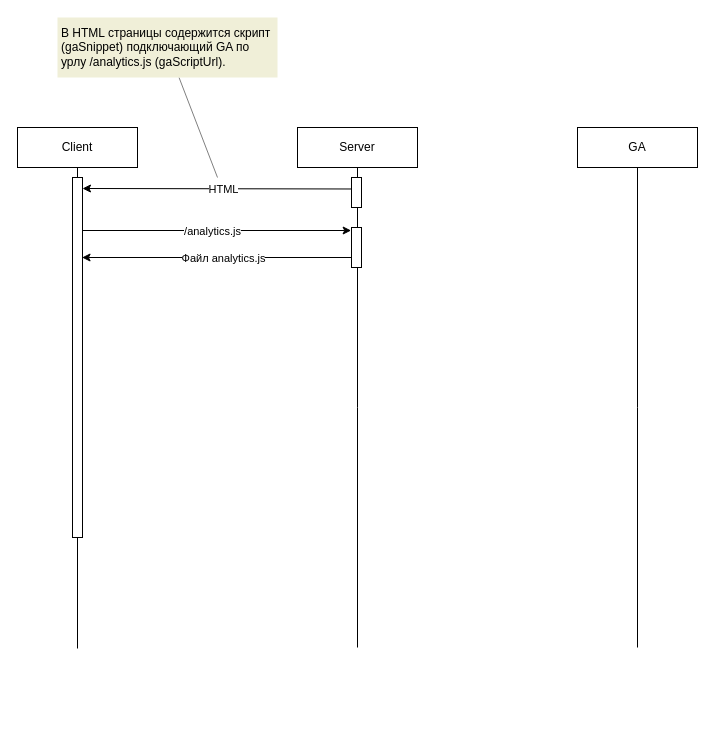
The draw.io diagram ga.drawio in ajile/draw-io, before the edit. Source tidied: cells renumbered, new cells numbered last; positions are measured from the earlier drawing's top-left corner, leaving out a move shared by most shapes. Both pictures are drawn from the tidied source at 100%, with x=0, y=0 at pixel (17, 17).
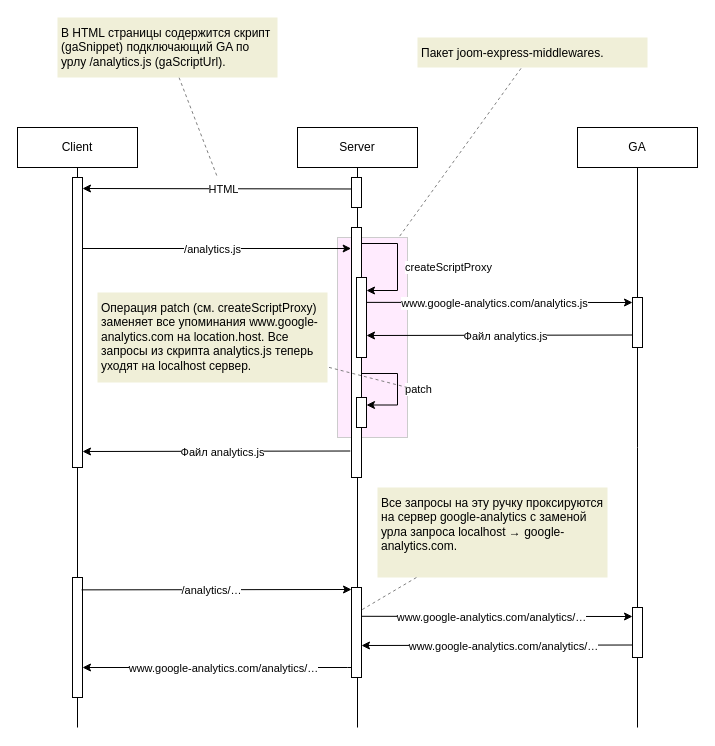
The same diagram, later.

Unchanged cells that the change refers to:
```xml
<mxCell id="3" value="Client" style="rounded=0;whiteSpace=wrap;html=1;" parent="1" vertex="1">
  <mxGeometry y="110" width="120" height="40" as="geometry" />
</mxCell>
<mxCell id="5" value="Server" style="rounded=0;whiteSpace=wrap;html=1;" parent="1" vertex="1">
  <mxGeometry x="280" y="110" width="120" height="40" as="geometry" />
</mxCell>
<mxCell id="7" value="GA" style="rounded=0;whiteSpace=wrap;html=1;" parent="1" vertex="1">
  <mxGeometry x="560" y="110" width="120" height="40" as="geometry" />
</mxCell>
<mxCell id="14" value="В HTML страницы содержится скрипт&amp;nbsp; (gaSnippet&lt;span style=&quot;background-color: initial;&quot;&gt;) подключающий GA по урлу&amp;nbsp;&lt;/span&gt;/analytics.js (gaScriptUrl&lt;span style=&quot;background-color: initial;&quot;&gt;).&lt;/span&gt;" style="text;html=1;strokeColor=none;fillColor=#F0EFD8;align=left;verticalAlign=top;whiteSpace=wrap;rounded=0;spacing=4;" parent="8" vertex="1">
  <mxGeometry x="40" width="220" height="60" as="geometry" />
</mxCell>
```

Change to the diagram source:
```diff
@@
     <mxCell id="2" style="edgeStyle=orthogonalEdgeStyle;rounded=0;jettySize=auto;html=1;endArrow=none;endFill=0;" parent="1" edge="1" source="3">
       <mxGeometry relative="1" as="geometry">
-        <mxPoint x="60" y="631" as="targetPoint" />
+        <mxPoint x="60" y="710" as="targetPoint" />
       </mxGeometry>
     </mxCell>
@@
     <mxCell id="4" style="edgeStyle=orthogonalEdgeStyle;rounded=0;jettySize=auto;html=1;endArrow=none;endFill=0;" parent="1" edge="1" source="5">
       <mxGeometry relative="1" as="geometry">
-        <mxPoint x="340" y="630" as="targetPoint" />
+        <mxPoint x="340" y="710" as="targetPoint" />
       </mxGeometry>
     </mxCell>
@@
     <mxCell id="6" style="edgeStyle=orthogonalEdgeStyle;rounded=0;jettySize=auto;html=1;endArrow=none;endFill=0;" parent="1" edge="1" source="7">
       <mxGeometry relative="1" as="geometry">
-        <mxPoint x="620" y="630" as="targetPoint" />
+        <mxPoint x="620" y="710" as="targetPoint" />
       </mxGeometry>
     </mxCell>
@@
+    <mxCell id="20" style="rounded=0;whiteSpace=wrap;html=1;fillColor=#FFEBFE;strokeColor=#CCCCCC;" parent="8" vertex="1">
+      <mxGeometry x="320" y="220" width="70" height="200" as="geometry" />
+    </mxCell>
     <mxCell id="9" style="rounded=0;whiteSpace=wrap;html=1;" parent="8" vertex="1">
-      <mxGeometry x="55" y="160" width="10" height="360" as="geometry" />
+      <mxGeometry x="55" y="160" width="10" height="290" as="geometry" />
     </mxCell>
@@
-    <mxCell id="13" style="rounded=0;jettySize=auto;elbow=vertical;html=1;endArrow=none;endFill=0;strokeColor=#808080;" parent="8" edge="1" source="14">
+    <mxCell id="13" style="rounded=0;jettySize=auto;elbow=vertical;html=1;endArrow=none;endFill=0;strokeColor=#808080;dashed=1;" parent="8" edge="1" source="14">
       <mxGeometry relative="1" as="geometry">
         <mxPoint x="200" y="160" as="targetPoint" />
       </mxGeometry>
     </mxCell>
@@
     <mxCell id="15" style="rounded=0;whiteSpace=wrap;html=1;" parent="8" vertex="1">
-      <mxGeometry x="334" y="210" width="10" height="40" as="geometry" />
+      <mxGeometry x="334" y="210" width="10" height="250" as="geometry" />
     </mxCell>
@@
-    <mxCell id="18" style="rounded=0;jettySize=auto;html=1;endArrow=classic;endFill=1;edgeStyle=elbowEdgeStyle;entryX=0.953;entryY=0.222;entryDx=0;entryDy=0;entryPerimeter=0;elbow=vertical;" parent="8" edge="1" source="15" target="9">
+    <mxCell id="18" style="rounded=0;jettySize=auto;html=1;endArrow=classic;endFill=1;edgeStyle=elbowEdgeStyle;elbow=vertical;exitX=-0.122;exitY=0.894;exitDx=0;exitDy=0;exitPerimeter=0;" parent="8" edge="1" source="15" target="9">
       <mxGeometry relative="1" as="geometry" />
     </mxCell>
@@
+    <mxCell id="21" style="rounded=0;whiteSpace=wrap;html=1;" parent="8" vertex="1">
+      <mxGeometry x="339" y="260" width="10" height="80" as="geometry" />
+    </mxCell>
+    <mxCell id="22" style="rounded=0;jettySize=auto;html=1;endArrow=classic;endFill=1;edgeStyle=orthogonalEdgeStyle;elbow=vertical;" parent="8" edge="1" source="15" target="21">
+      <mxGeometry relative="1" as="geometry">
+        <Array as="points">
+          <mxPoint x="380" y="226" />
+          <mxPoint x="380" y="273" />
+        </Array>
+      </mxGeometry>
+    </mxCell>
+    <mxCell id="23" value="createScriptProxy" style="edgeLabel;html=1;align=center;verticalAlign=middle;" parent="22" vertex="1">
+      <mxGeometry x="-0.04" relative="1" as="geometry">
+        <mxPoint x="50" y="4" as="offset" />
+      </mxGeometry>
+    </mxCell>
+    <mxCell id="24" style="rounded=0;jettySize=auto;html=1;endArrow=classic;endFill=1;edgeStyle=elbowEdgeStyle;exitX=0.955;exitY=0.311;exitDx=0;exitDy=0;elbow=vertical;exitPerimeter=0;" parent="8" edge="1" source="21" target="26">
+      <mxGeometry relative="1" as="geometry" />
+    </mxCell>
+    <mxCell id="25" value="www.google-analytics.com/analytics.js" style="edgeLabel;html=1;align=center;verticalAlign=middle;" parent="24" vertex="1">
+      <mxGeometry x="-0.04" relative="1" as="geometry" />
+    </mxCell>
+    <mxCell id="26" style="rounded=0;whiteSpace=wrap;html=1;" parent="8" vertex="1">
+      <mxGeometry x="615" y="280" width="10" height="50" as="geometry" />
+    </mxCell>
+    <mxCell id="27" style="rounded=0;jettySize=auto;html=1;endArrow=classic;endFill=1;edgeStyle=elbowEdgeStyle;exitX=0;exitY=0.75;exitDx=0;exitDy=0;elbow=vertical;" parent="8" edge="1" source="26" target="21">
+      <mxGeometry relative="1" as="geometry" />
+    </mxCell>
+    <mxCell id="28" value="Файл analytics.js" style="edgeLabel;html=1;align=center;verticalAlign=middle;" parent="27" vertex="1">
+      <mxGeometry x="-0.04" relative="1" as="geometry" />
+    </mxCell>
+    <mxCell id="29" style="rounded=0;whiteSpace=wrap;html=1;" parent="8" vertex="1">
+      <mxGeometry x="339" y="380" width="10" height="30" as="geometry" />
+    </mxCell>
+    <mxCell id="30" style="rounded=0;jettySize=auto;html=1;endArrow=classic;endFill=1;edgeStyle=orthogonalEdgeStyle;elbow=vertical;entryX=1;entryY=0.25;entryDx=0;entryDy=0;" parent="8" edge="1" target="29">
+      <mxGeometry relative="1" as="geometry">
+        <mxPoint x="344" y="356" as="sourcePoint" />
+        <Array as="points">
+          <mxPoint x="380" y="356" />
+          <mxPoint x="380" y="388" />
+          <mxPoint x="349" y="388" />
+        </Array>
+      </mxGeometry>
+    </mxCell>
+    <mxCell id="31" value="patch" style="edgeLabel;html=1;align=center;verticalAlign=middle;" parent="30" vertex="1">
+      <mxGeometry x="-0.04" relative="1" as="geometry">
+        <mxPoint x="20" y="4" as="offset" />
+      </mxGeometry>
+    </mxCell>
+    <mxCell id="32" value="Операция patch (см. createScriptProxy) заменяет все упоминания&amp;nbsp;www.google-analytics.com на&amp;nbsp;location.host. Все запросы из скрипта analytics.js теперь уходят на localhost сервер." style="text;html=1;strokeColor=none;fillColor=#F0EFD8;align=left;verticalAlign=top;whiteSpace=wrap;rounded=0;spacing=4;" parent="8" vertex="1">
+      <mxGeometry x="80" y="275" width="230" height="90" as="geometry" />
+    </mxCell>
+    <mxCell id="33" style="rounded=0;jettySize=auto;elbow=vertical;html=1;endArrow=none;endFill=0;strokeColor=#808080;dashed=1;exitX=1;exitY=0.75;exitDx=0;exitDy=0;" parent="8" edge="1" source="20" target="32">
+      <mxGeometry relative="1" as="geometry" />
+    </mxCell>
+    <mxCell id="34" style="rounded=0;whiteSpace=wrap;html=1;" parent="8" vertex="1">
+      <mxGeometry x="55" y="560" width="10" height="120" as="geometry" />
+    </mxCell>
+    <mxCell id="35" value="Пакет&amp;nbsp;joom-express-middlewares." style="text;html=1;strokeColor=none;fillColor=#F0EFD8;align=left;verticalAlign=top;whiteSpace=wrap;rounded=0;spacing=4;" parent="8" vertex="1">
+      <mxGeometry x="400" y="20" width="230" height="30" as="geometry" />
+    </mxCell>
+    <mxCell id="36" style="rounded=0;jettySize=auto;elbow=vertical;html=1;endArrow=none;endFill=0;strokeColor=#808080;exitX=0.889;exitY=-0.007;exitDx=0;exitDy=0;exitPerimeter=0;dashed=1;" parent="8" edge="1" source="20" target="35">
+      <mxGeometry relative="1" as="geometry" />
+    </mxCell>
+    <mxCell id="37" style="rounded=0;jettySize=auto;html=1;endArrow=classic;endFill=1;edgeStyle=elbowEdgeStyle;exitX=0.909;exitY=0.103;exitDx=0;exitDy=0;exitPerimeter=0;elbow=vertical;" parent="8" edge="1" source="34" target="39">
+      <mxGeometry relative="1" as="geometry" />
+    </mxCell>
+    <mxCell id="38" value="/analytics/…" style="edgeLabel;html=1;align=center;verticalAlign=middle;" parent="37" vertex="1">
+      <mxGeometry x="-0.04" relative="1" as="geometry" />
+    </mxCell>
+    <mxCell id="39" style="rounded=0;whiteSpace=wrap;html=1;" parent="8" vertex="1">
+      <mxGeometry x="334" y="570" width="10" height="90" as="geometry" />
+    </mxCell>
+    <mxCell id="40" style="rounded=0;whiteSpace=wrap;html=1;" parent="8" vertex="1">
+      <mxGeometry x="615" y="590" width="10" height="50" as="geometry" />
+    </mxCell>
+    <mxCell id="41" style="rounded=0;jettySize=auto;html=1;endArrow=classic;endFill=1;edgeStyle=elbowEdgeStyle;elbow=vertical;exitX=1;exitY=0.32;exitDx=0;exitDy=0;exitPerimeter=0;" parent="8" edge="1" source="39" target="40">
+      <mxGeometry relative="1" as="geometry" />
+    </mxCell>
+    <mxCell id="42" value="www.google-analytics.com/analytics/…" style="edgeLabel;html=1;align=center;verticalAlign=middle;" parent="41" vertex="1">
+      <mxGeometry x="-0.04" relative="1" as="geometry" />
+    </mxCell>
+    <mxCell id="43" style="rounded=0;jettySize=auto;html=1;endArrow=classic;endFill=1;edgeStyle=elbowEdgeStyle;exitX=0;exitY=0.75;exitDx=0;exitDy=0;elbow=vertical;" parent="8" edge="1" source="40" target="39">
+      <mxGeometry relative="1" as="geometry" />
+    </mxCell>
+    <mxCell id="44" value="www.google-analytics.com/analytics/…" style="edgeLabel;html=1;align=center;verticalAlign=middle;" parent="43" vertex="1">
+      <mxGeometry x="-0.04" relative="1" as="geometry" />
+    </mxCell>
+    <mxCell id="45" style="rounded=0;jettySize=auto;html=1;endArrow=classic;endFill=1;edgeStyle=elbowEdgeStyle;elbow=vertical;" parent="8" edge="1" source="39" target="34">
+      <mxGeometry relative="1" as="geometry">
+        <Array as="points">
+          <mxPoint x="330" y="650" />
+        </Array>
+      </mxGeometry>
+    </mxCell>
+    <mxCell id="46" value="www.google-analytics.com/analytics/…" style="edgeLabel;html=1;align=center;verticalAlign=middle;" parent="45" vertex="1">
+      <mxGeometry x="-0.04" relative="1" as="geometry" />
+    </mxCell>
+    <mxCell id="47" value="Все запросы на эту ручку проксируются на сервер google-analytics с заменой урла запроса localhost → google-analytics.com." style="text;html=1;strokeColor=none;fillColor=#F0EFD8;align=left;verticalAlign=top;whiteSpace=wrap;rounded=0;spacing=4;" parent="8" vertex="1">
+      <mxGeometry x="360" y="470" width="230" height="90" as="geometry" />
+    </mxCell>
+    <mxCell id="48" style="rounded=0;jettySize=auto;elbow=vertical;html=1;endArrow=none;endFill=0;strokeColor=#808080;dashed=1;entryX=1;entryY=0.25;entryDx=0;entryDy=0;" parent="8" edge="1" source="47" target="39">
+      <mxGeometry relative="1" as="geometry" />
+    </mxCell>
```
